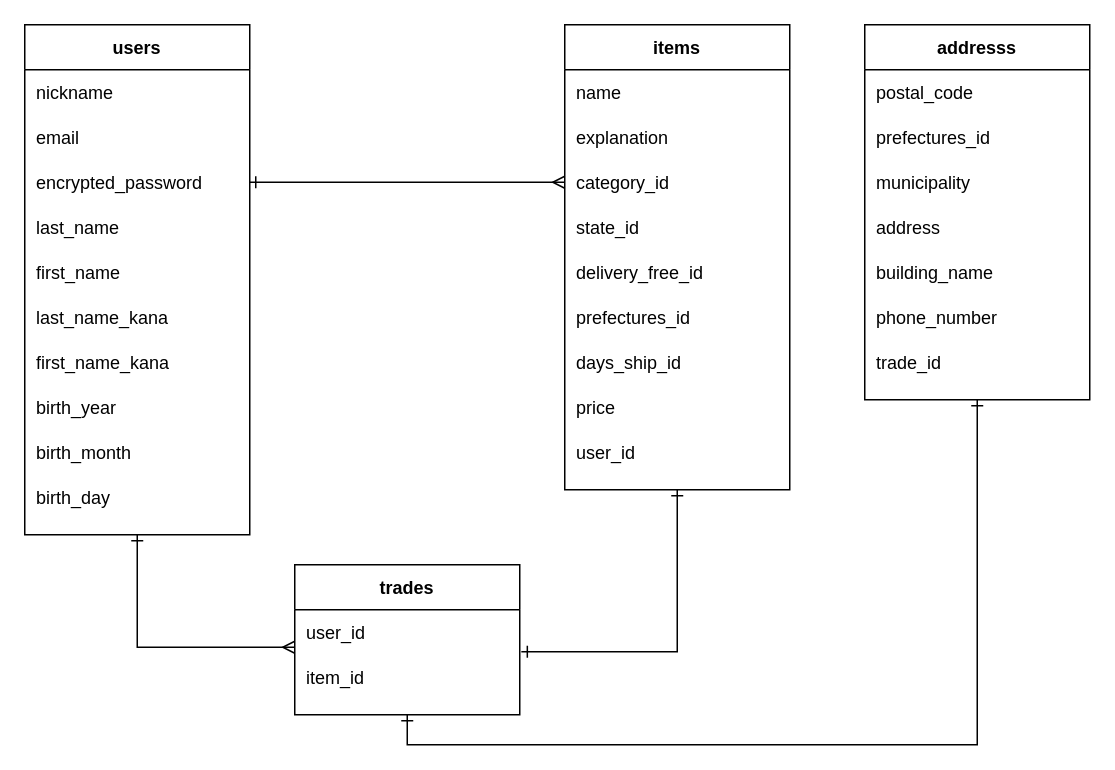
Above: furima.dio in ga-syu0106/furima-31534 (draw.io), before the change. Source tidied: cells renumbered, new cells numbered last; positions are measured from the earlier drawing's top-left corner, leaving out a move shared by most shapes. Both pictures are drawn from the tidied source at 150%, with x=0, y=0 at pixel (24, 24).
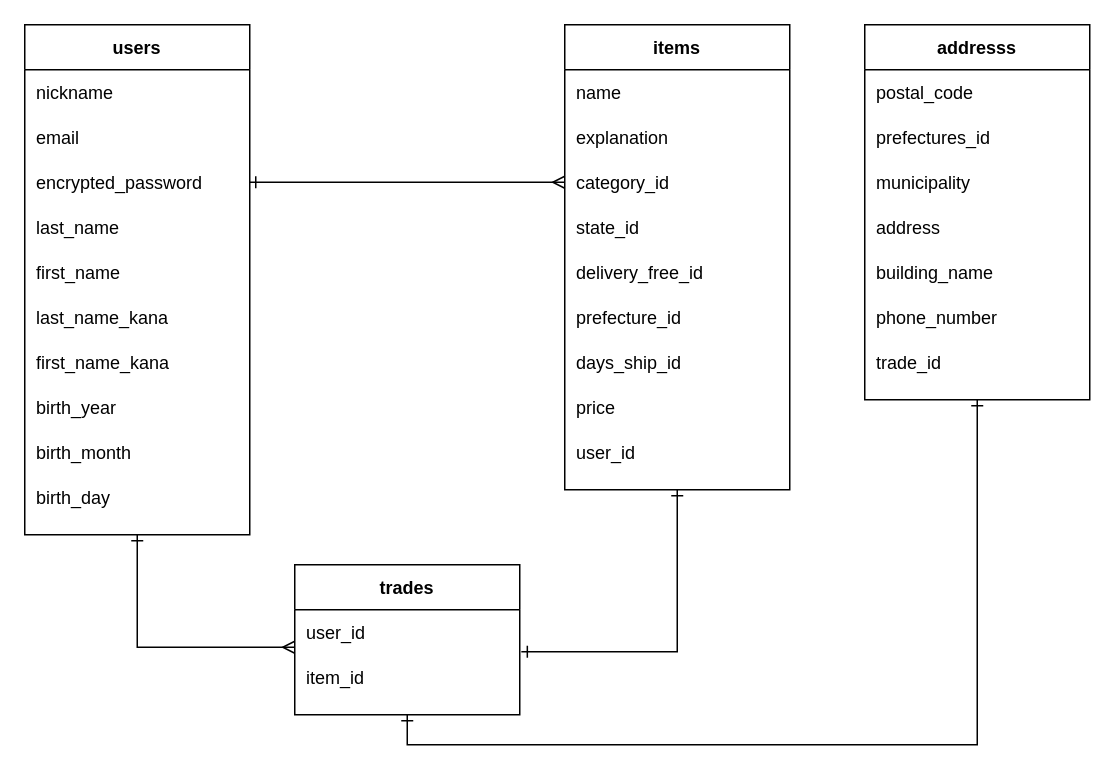
After the change.

Unchanged cells that the change refers to:
```xml
<mxCell id="36" style="shape=partialRectangle;fillColor=none;top=0;left=0;bottom=0;right=0;" parent="25" vertex="1">
  <mxGeometry y="180" width="150" height="30" as="geometry" />
</mxCell>
```

What changed in the source:
```diff
@@
-    <mxCell id="37" value="prefectures_id" style="shape=partialRectangle;fillColor=none;top=0;left=0;bottom=0;right=0;align=left;spacingLeft=6;overflow=hidden;" parent="36" vertex="1">
+    <mxCell id="37" value="prefecture_id" style="shape=partialRectangle;fillColor=none;top=0;left=0;bottom=0;right=0;align=left;spacingLeft=6;overflow=hidden;" parent="36" vertex="1">
       <mxGeometry width="150" height="30" as="geometry" />
     </mxCell>
```
